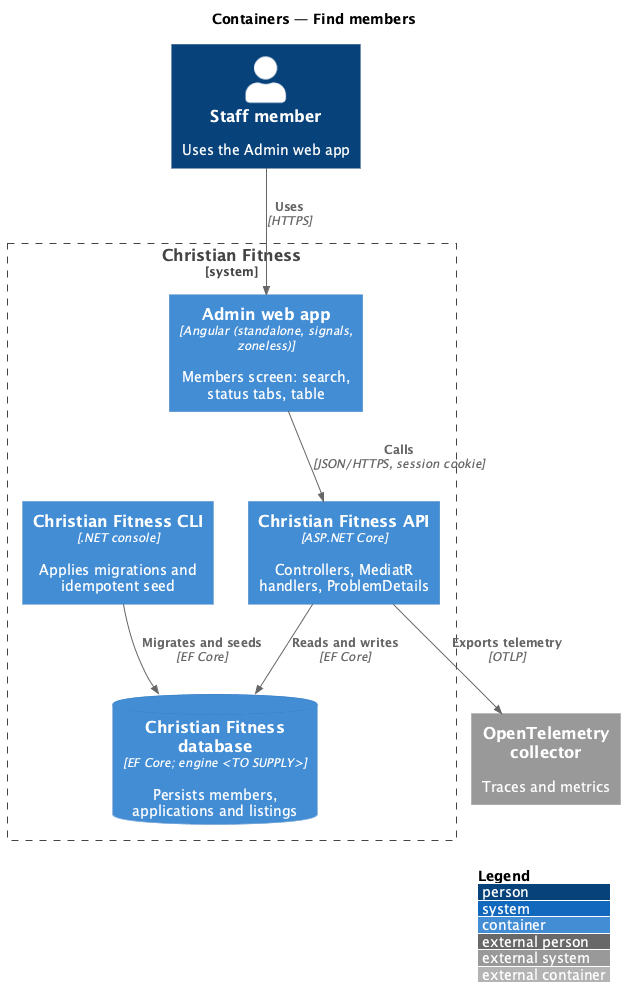
The PlantUML diagram docs/detailed-designs/admin-moderation/find-members/diagrams/c4-container.png in QuinntyneBrown/christian-fitness, before a commit.
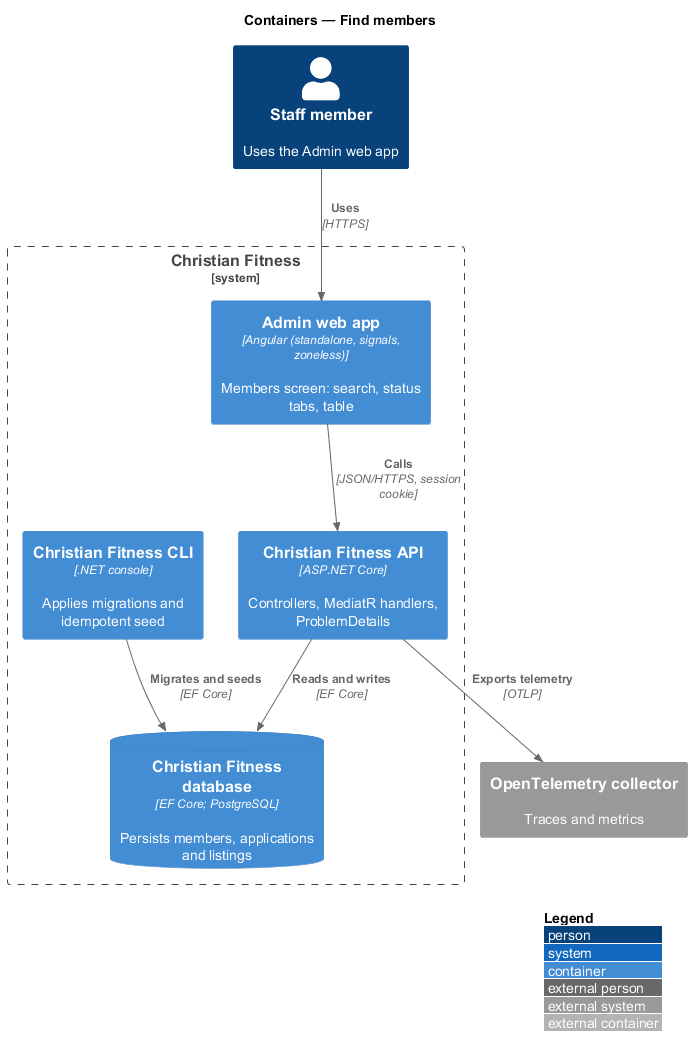
After the change.

Diff of the diagram source:
```diff
@@ -9,7 +9,7 @@
   Container(admin, "Admin web app", "Angular (standalone, signals, zoneless)", "Members screen: search, status tabs, table")
   Container(api, "Christian Fitness API", "ASP.NET Core", "Controllers, MediatR handlers, ProblemDetails")
   Container(cli, "Christian Fitness CLI", ".NET console", "Applies migrations and idempotent seed")
-  ContainerDb(db, "Christian Fitness database", "EF Core; engine <TO SUPPLY>", "Persists members, applications and listings")
+  ContainerDb(db, "Christian Fitness database", "EF Core; PostgreSQL", "Persists members, applications and listings")
 }
 System_Ext(otel, "OpenTelemetry collector", "Traces and metrics")
 
```
